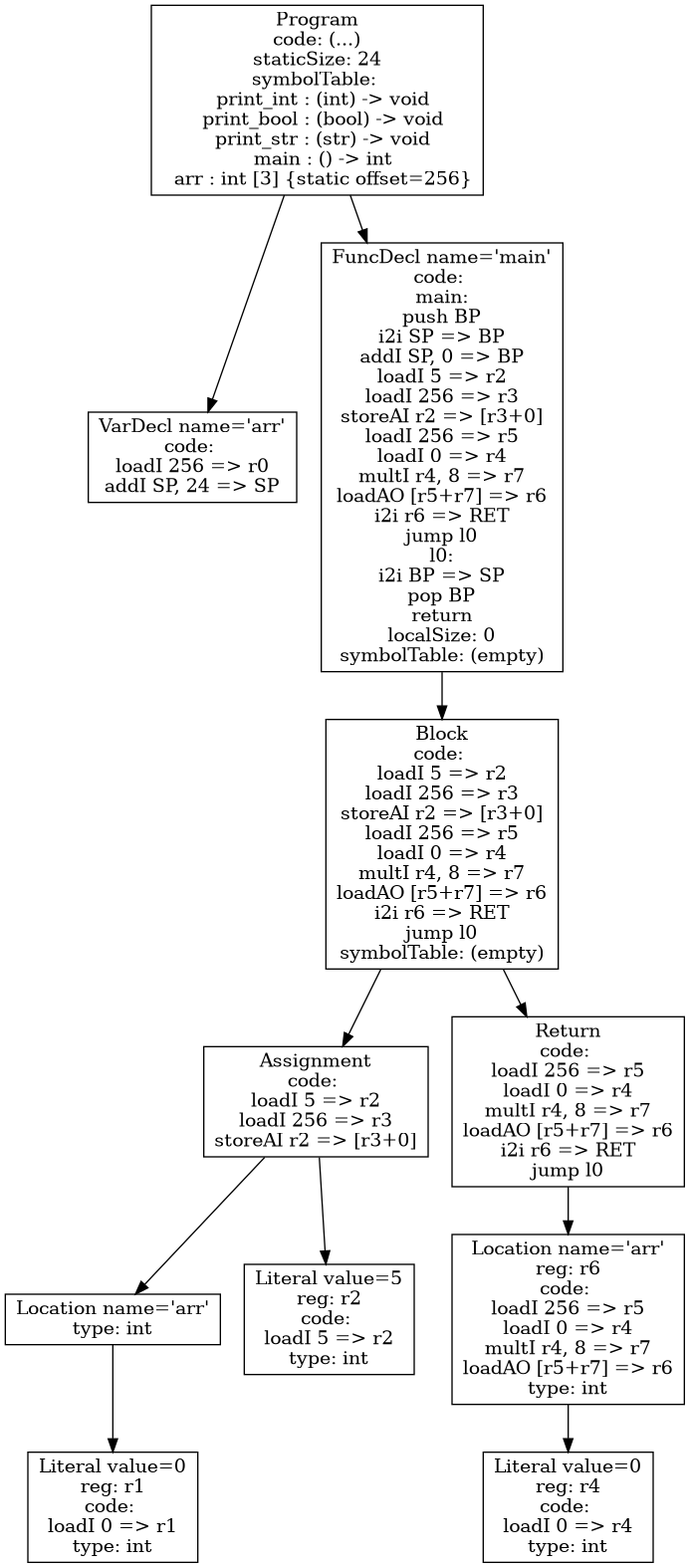
The Graphviz diagram p4-codegen/iloc-tree.png in atrim11/CS432, before a commit. Its source is kept beside it as p4-codegen/iloc-tree.dot.
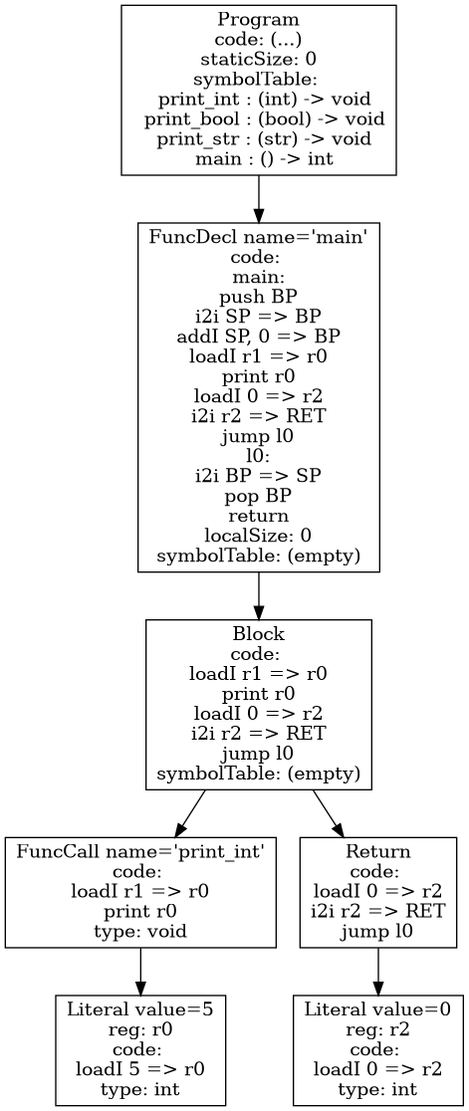
After the change.

Diff of the diagram source:
```diff
@@ -1,23 +1,15 @@
 digraph AST {
-1 [shape=box, label="VarDecl name='arr'\ncode: \nloadI 256 => r0\naddI SP, 24 => SP"];
-6 [shape=box, label="Literal value=0\nreg: r1\ncode: \nloadI 0 => r1\ntype: int"];
-5 [shape=box, label="Location name='arr'\ntype: int"];
+4 [shape=box, label="Literal value=5\nreg: r0\ncode: \nloadI 5 => r0\ntype: int"];
+3 [shape=box, label="FuncCall name='print_int'\ncode: \nloadI r1 => r0\nprint r0\ntype: void"];
+3 -> 4;
+6 [shape=box, label="Literal value=0\nreg: r2\ncode: \nloadI 0 => r2\ntype: int"];
+5 [shape=box, label="Return\ncode: \nloadI 0 => r2\ni2i r2 => RET\njump l0"];
 5 -> 6;
-7 [shape=box, label="Literal value=5\nreg: r2\ncode: \nloadI 5 => r2\ntype: int"];
-4 [shape=box, label="Assignment\ncode: \nloadI 5 => r2\nloadI 256 => r3\nstoreAI r2 => [r3+0]"];
-4 -> 5;
-4 -> 7;
-10 [shape=box, label="Literal value=0\nreg: r4\ncode: \nloadI 0 => r4\ntype: int"];
-9 [shape=box, label="Location name='arr'\nreg: r6\ncode: \nloadI 256 => r5\nloadI 0 => r4\nmultI r4, 8 => r7\nloadAO [r5+r7] => r6\ntype: int"];
-9 -> 10;
-8 [shape=box, label="Return\ncode: \nloadI 256 => r5\nloadI 0 => r4\nmultI r4, 8 => r7\nloadAO [r5+r7] => r6\ni2i r6 => RET\njump l0"];
-8 -> 9;
-3 [shape=box, label="Block\ncode: \nloadI 5 => r2\nloadI 256 => r3\nstoreAI r2 => [r3+0]\nloadI 256 => r5\nloadI 0 => r4\nmultI r4, 8 => r7\nloadAO [r5+r7] => r6\ni2i r6 => RET\njump l0\nsymbolTable: (empty)"];
-3 -> 4;
-3 -> 8;
-2 [shape=box, label="FuncDecl name='main'\ncode: \nmain:\npush BP\ni2i SP => BP\naddI SP, 0 => BP\nloadI 5 => r2\nloadI 256 => r3\nstoreAI r2 => [r3+0]\nloadI 256 => r5\nloadI 0 => r4\nmultI r4, 8 => r7\nloadAO [r5+r7] => r6\ni2i r6 => RET\njump l0\nl0:\ni2i BP => SP\npop BP\nreturn\nlocalSize: 0\nsymbolTable: (empty)"];
+2 [shape=box, label="Block\ncode: \nloadI r1 => r0\nprint r0\nloadI 0 => r2\ni2i r2 => RET\njump l0\nsymbolTable: (empty)"];
 2 -> 3;
-0 [shape=box, label="Program\ncode: (...)\nstaticSize: 24\nsymbolTable: \n  print_int : (int) -> void\n  print_bool : (bool) -> void\n  print_str : (str) -> void\n  main : () -> int\n  arr : int [3] {static offset=256}"];
+2 -> 5;
+1 [shape=box, label="FuncDecl name='main'\ncode: \nmain:\npush BP\ni2i SP => BP\naddI SP, 0 => BP\nloadI r1 => r0\nprint r0\nloadI 0 => r2\ni2i r2 => RET\njump l0\nl0:\ni2i BP => SP\npop BP\nreturn\nlocalSize: 0\nsymbolTable: (empty)"];
+1 -> 2;
+0 [shape=box, label="Program\ncode: (...)\nstaticSize: 0\nsymbolTable: \n  print_int : (int) -> void\n  print_bool : (bool) -> void\n  print_str : (str) -> void\n  main : () -> int"];
 0 -> 1;
-0 -> 2;
 }
```
